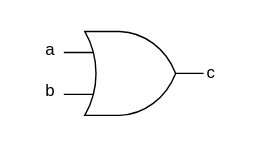
This is .pic/Introduction/How FPGA works/fig_02.drawio.svg from MPSU/APS, a draw.io export, as it was before one commit. Source tidied: cells renumbered, new cells last; positions are measured from the earlier drawing's top-left corner, leaving out a move shared by most shapes. Source of this version:
```xml
<mxGraphModel>
  <root>
    <mxCell id="0" />
    <mxCell id="1" parent="0" />
    <mxCell id="2" style="verticalLabelPosition=bottom;shadow=0;dashed=0;align=center;html=1;verticalAlign=top;shape=mxgraph.electrical.logic_gates.logic_gate;operation=or;" parent="1" vertex="1">
      <mxGeometry x="25" y="2" width="100" height="60" as="geometry" />
    </mxCell>
    <mxCell id="3" value="a" style="text;html=1;align=center;verticalAlign=middle;strokeColor=none;fillColor=none;" parent="1" vertex="1">
      <mxGeometry width="30" height="30" as="geometry" />
    </mxCell>
    <mxCell id="4" value="b" style="text;html=1;align=center;verticalAlign=middle;strokeColor=none;fillColor=none;" parent="1" vertex="1">
      <mxGeometry y="30" width="30" height="30" as="geometry" />
    </mxCell>
    <mxCell id="5" value="c" style="text;html=1;align=center;verticalAlign=middle;strokeColor=none;fillColor=none;" parent="1" vertex="1">
      <mxGeometry x="115" y="17" width="30" height="30" as="geometry" />
    </mxCell>
  </root>
</mxGraphModel>
```
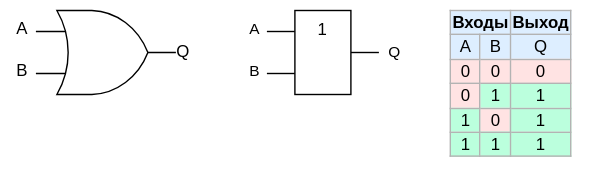
Above is the later version.

The edit, as a diff of the source:
```diff
@@ -5,14 +5,50 @@
     <mxCell id="2" style="verticalLabelPosition=bottom;shadow=0;dashed=0;align=center;html=1;verticalAlign=top;shape=mxgraph.electrical.logic_gates.logic_gate;operation=or;" parent="1" vertex="1">
       <mxGeometry x="25" y="2" width="100" height="60" as="geometry" />
     </mxCell>
-    <mxCell id="3" value="a" style="text;html=1;align=center;verticalAlign=middle;strokeColor=none;fillColor=none;" parent="1" vertex="1">
+    <mxCell id="3" value="A" style="text;html=1;align=center;verticalAlign=middle;strokeColor=none;fillColor=none;" parent="1" vertex="1">
       <mxGeometry width="30" height="30" as="geometry" />
     </mxCell>
-    <mxCell id="4" value="b" style="text;html=1;align=center;verticalAlign=middle;strokeColor=none;fillColor=none;" parent="1" vertex="1">
+    <mxCell id="4" value="B" style="text;html=1;align=center;verticalAlign=middle;strokeColor=none;fillColor=none;" parent="1" vertex="1">
       <mxGeometry y="30" width="30" height="30" as="geometry" />
     </mxCell>
-    <mxCell id="5" value="c" style="text;html=1;align=center;verticalAlign=middle;strokeColor=none;fillColor=none;" parent="1" vertex="1">
+    <mxCell id="5" value="Q" style="text;html=1;align=center;verticalAlign=middle;strokeColor=none;fillColor=none;" parent="1" vertex="1">
       <mxGeometry x="115" y="17" width="30" height="30" as="geometry" />
     </mxCell>
+    <mxCell id="6" style="edgeStyle=orthogonalEdgeStyle;rounded=0;jettySize=auto;html=1;exitX=1;exitY=0.5;exitDx=0;exitDy=0;endArrow=none;endFill=0;" parent="1" edge="1" source="12">
+      <mxGeometry relative="1" as="geometry">
+        <mxPoint x="270" y="32" as="targetPoint" />
+      </mxGeometry>
+    </mxCell>
+    <mxCell id="7" value="Q" style="edgeLabel;html=1;align=center;verticalAlign=middle;" parent="6" vertex="1">
+      <mxGeometry x="0.63" y="1" relative="1" as="geometry">
+        <mxPoint x="14" y="1" as="offset" />
+      </mxGeometry>
+    </mxCell>
+    <mxCell id="8" style="edgeStyle=orthogonalEdgeStyle;rounded=0;jettySize=auto;html=1;exitX=0;exitY=0.25;exitDx=0;exitDy=0;endArrow=none;endFill=0;" parent="1" edge="1" source="12">
+      <mxGeometry relative="1" as="geometry">
+        <mxPoint x="190" y="17" as="targetPoint" />
+      </mxGeometry>
+    </mxCell>
+    <mxCell id="9" value="A" style="edgeLabel;html=1;align=center;verticalAlign=middle;" parent="8" vertex="1">
+      <mxGeometry x="-0.23" y="-2" relative="1" as="geometry">
+        <mxPoint x="-22" as="offset" />
+      </mxGeometry>
+    </mxCell>
+    <mxCell id="10" style="edgeStyle=orthogonalEdgeStyle;rounded=0;jettySize=auto;html=1;exitX=0;exitY=0.75;exitDx=0;exitDy=0;endArrow=none;endFill=0;" parent="1" edge="1" source="12">
+      <mxGeometry relative="1" as="geometry">
+        <mxPoint x="190" y="47" as="targetPoint" />
+      </mxGeometry>
+    </mxCell>
+    <mxCell id="11" value="B" style="edgeLabel;html=1;align=center;verticalAlign=middle;" parent="10" vertex="1">
+      <mxGeometry x="0.17" relative="1" as="geometry">
+        <mxPoint x="-18" y="-2" as="offset" />
+      </mxGeometry>
+    </mxCell>
+    <mxCell id="12" value="1" style="rounded=0;whiteSpace=wrap;html=1;horizontal=1;verticalAlign=top;" parent="1" vertex="1">
+      <mxGeometry x="210" y="2" width="40" height="60" as="geometry" />
+    </mxCell>
+    <mxCell id="13" value="&lt;table border=&quot;1&quot; class=&quot;wikitable&quot; style=&quot;float: right; text-align: center; border: 1px solid rgb(179, 179, 179); border-collapse: collapse;&quot;&gt;&lt;tbody&gt;&lt;tr style=&quot;background:#def;&quot;&gt;&lt;td colspan=&quot;2&quot;&gt;&lt;b&gt;Входы&lt;/b&gt;&lt;/td&gt;&lt;td&gt;&lt;b&gt;Выход&lt;/b&gt;&lt;br&gt;&lt;/td&gt;&lt;/tr&gt;&lt;tr style=&quot;background:#def;&quot;&gt;&lt;td&gt;A&lt;/td&gt;&lt;td&gt;B&lt;/td&gt;&lt;td&gt;Q&lt;br&gt;&lt;/td&gt;&lt;/tr&gt;&lt;tr&gt;&lt;td style=&quot;background: #FFE3E3; color: black; vertical-align: middle; text-align: center;&quot; class=&quot;table-no2&quot;&gt;0&lt;/td&gt;&lt;td style=&quot;background: #FFE3E3; color: black; vertical-align: middle; text-align: center;&quot; class=&quot;table-no2&quot;&gt;0&lt;/td&gt;&lt;td style=&quot;background: #FFE3E3; color: black; vertical-align: middle; text-align: center;&quot; class=&quot;table-no2&quot;&gt;0&lt;br&gt;&lt;/td&gt;&lt;/tr&gt;&lt;tr&gt;&lt;td style=&quot;background: #FFE3E3; color: black; vertical-align: middle; text-align: center;&quot; class=&quot;table-no2&quot;&gt;0&lt;/td&gt;&lt;td style=&quot;background:#bfd; color:black; vertical-align:middle; text-align:center;&quot; class=&quot;table-yes2&quot;&gt;1&lt;/td&gt;&lt;td border=&quot;1&quot; style=&quot;background: rgb(187, 255, 221); color: black; vertical-align: middle; text-align: center; border-collapse: collapse;&quot; class=&quot;table-no2&quot;&gt;&lt;span style=&quot;&quot;&gt;1&lt;/span&gt;&lt;br&gt;&lt;/td&gt;&lt;/tr&gt;&lt;tr&gt;&lt;td style=&quot;background:#bfd; color:black; vertical-align:middle; text-align:center;&quot; class=&quot;table-yes2&quot;&gt;1&lt;/td&gt;&lt;td style=&quot;background: #FFE3E3; color: black; vertical-align: middle; text-align: center;&quot; class=&quot;table-no2&quot;&gt;0&lt;/td&gt;&lt;td style=&quot;background: rgb(187, 255, 221); color: black; vertical-align: middle; text-align: center;&quot; class=&quot;table-no2&quot;&gt;1&lt;br&gt;&lt;/td&gt;&lt;/tr&gt;&lt;tr&gt;&lt;td style=&quot;background:#bfd; color:black; vertical-align:middle; text-align:center;&quot; class=&quot;table-yes2&quot;&gt;1&lt;/td&gt;&lt;td style=&quot;background:#bfd; color:black; vertical-align:middle; text-align:center;&quot; class=&quot;table-yes2&quot;&gt;1&lt;/td&gt;&lt;td style=&quot;background: rgb(187, 255, 221); color: black; vertical-align: middle; text-align: center;&quot; class=&quot;table-yes2&quot;&gt;1&lt;br&gt;&lt;/td&gt;&lt;/tr&gt;&lt;/tbody&gt;&lt;/table&gt;" style="text;whiteSpace=wrap;html=1;strokeColor=none;" parent="1" vertex="1">
+      <mxGeometry x="319" y="-5" width="110" height="130" as="geometry" />
+    </mxCell>
   </root>
 </mxGraphModel>
```
